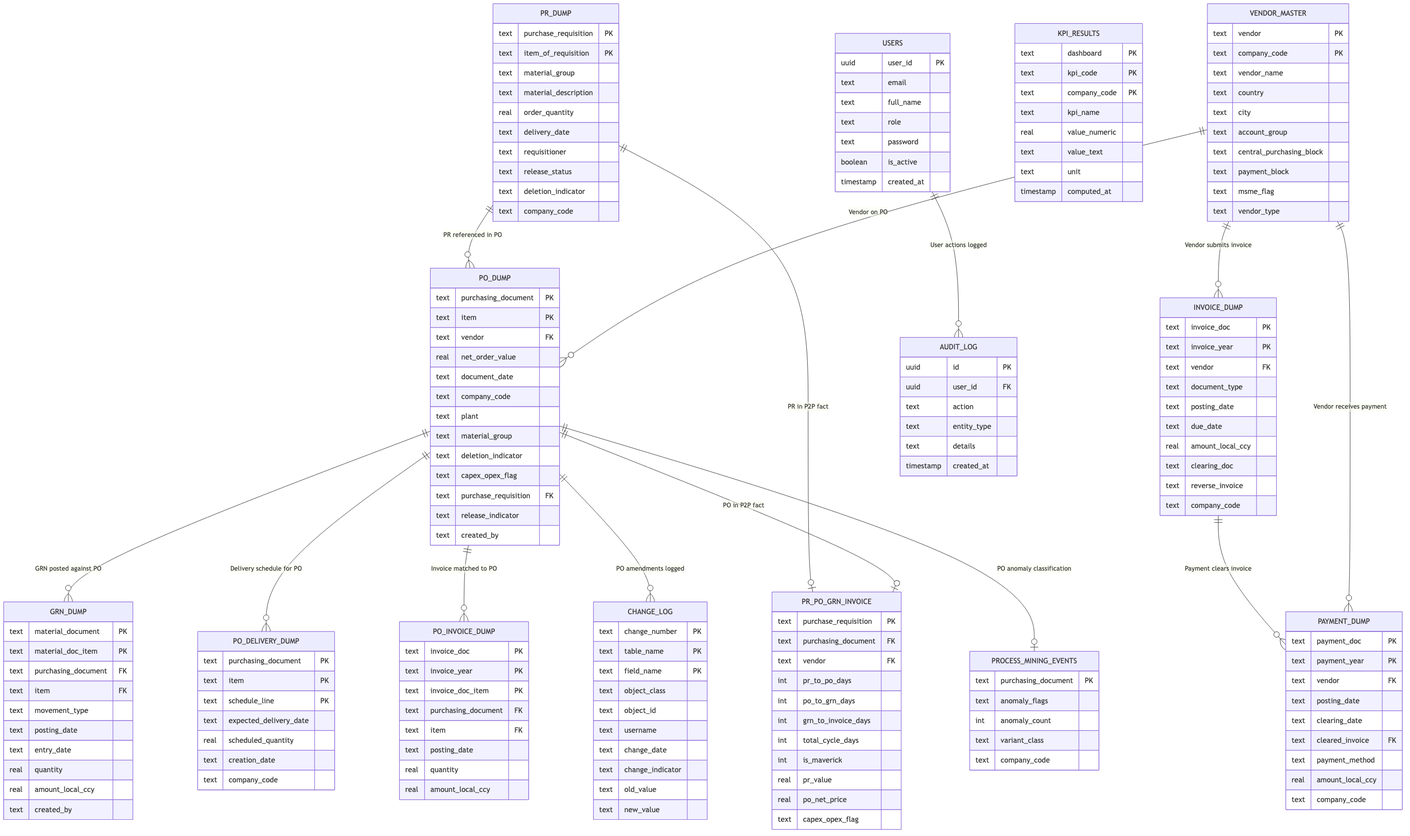
Earlier version of the Mermaid export ARB/D03_InfoArch_ConceptualDataModel.png (satyam-raj404/kpmg-intelliflow). Its source is kept beside it as ARB/D03_InfoArch_ConceptualDataModel.mmd.
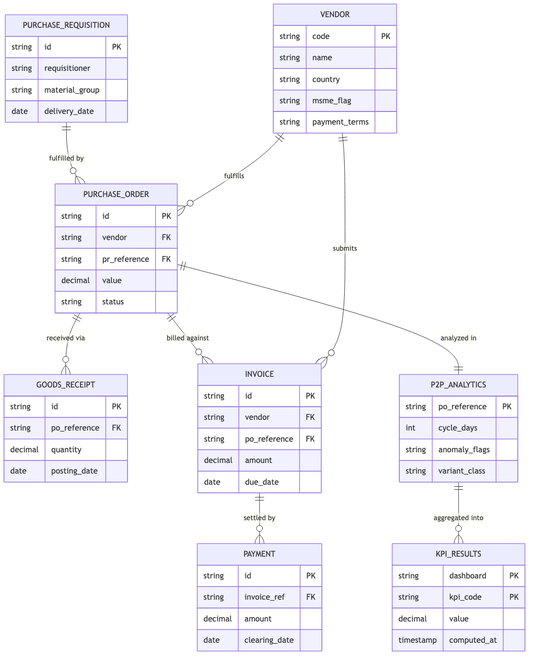
After the commit.

Change to the diagram source:
```diff
@@ -1,180 +1,61 @@
 erDiagram
-    PR_DUMP {
-        text purchase_requisition PK
-        text item_of_requisition PK
-        text material_group
-        text material_description
-        real order_quantity
-        text delivery_date
-        text requisitioner
-        text release_status
-        text deletion_indicator
-        text company_code
+    PURCHASE_REQUISITION {
+        string id PK
+        string requisitioner
+        string material_group
+        date   delivery_date
     }
-
-    PO_DUMP {
-        text purchasing_document PK
-        text item PK
-        text vendor FK
-        real net_order_value
-        text document_date
-        text company_code
-        text plant
-        text material_group
-        text deletion_indicator
-        text capex_opex_flag
-        text purchase_requisition FK
-        text release_indicator
-        text created_by
+    PURCHASE_ORDER {
+        string id PK
+        string vendor FK
+        string pr_reference FK
+        decimal value
+        string status
     }
-
-    GRN_DUMP {
-        text material_document PK
-        text material_doc_item PK
-        text purchasing_document FK
-        text item FK
-        text movement_type
-        text posting_date
-        text entry_date
-        real quantity
-        real amount_local_ccy
-        text created_by
+    GOODS_RECEIPT {
+        string id PK
+        string po_reference FK
+        decimal quantity
+        date   posting_date
     }
-
-    PO_DELIVERY_DUMP {
-        text purchasing_document PK
-        text item PK
-        text schedule_line PK
-        text expected_delivery_date
-        real scheduled_quantity
-        text creation_date
-        text company_code
+    INVOICE {
+        string id PK
+        string vendor FK
+        string po_reference FK
+        decimal amount
+        date   due_date
     }
-
-    PO_INVOICE_DUMP {
-        text invoice_doc PK
-        text invoice_year PK
-        text invoice_doc_item PK
-        text purchasing_document FK
-        text item FK
-        text posting_date
-        real quantity
-        real amount_local_ccy
+    PAYMENT {
+        string id PK
+        string invoice_ref FK
+        decimal amount
+        date   clearing_date
     }
-
-    INVOICE_DUMP {
-        text invoice_doc PK
-        text invoice_year PK
-        text vendor FK
-        text document_type
-        text posting_date
-        text due_date
-        real amount_local_ccy
-        text clearing_doc
-        text reverse_invoice
-        text company_code
+    VENDOR {
+        string code PK
+        string name
+        string country
+        string msme_flag
+        string payment_terms
     }
-
-    PAYMENT_DUMP {
-        text payment_doc PK
-        text payment_year PK
-        text vendor FK
-        text posting_date
-        text clearing_date
-        text cleared_invoice FK
-        text payment_method
-        real amount_local_ccy
-        text company_code
+    P2P_ANALYTICS {
+        string po_reference PK
+        int    cycle_days
+        string anomaly_flags
+        string variant_class
     }
-
-    VENDOR_MASTER {
-        text vendor PK
-        text company_code PK
-        text vendor_name
-        text country
-        text city
-        text account_group
-        text central_purchasing_block
-        text payment_block
-        text msme_flag
-        text vendor_type
-    }
-
-    CHANGE_LOG {
-        text change_number PK
-        text table_name PK
-        text field_name PK
-        text object_class
-        text object_id
-        text username
-        text change_date
-        text change_indicator
-        text old_value
-        text new_value
-    }
-
-    PR_PO_GRN_INVOICE {
-        text purchase_requisition PK
-        text purchasing_document FK
-        text vendor FK
-        int pr_to_po_days
-        int po_to_grn_days
-        int grn_to_invoice_days
-        int total_cycle_days
-        int is_maverick
-        real pr_value
-        real po_net_price
-        text capex_opex_flag
-    }
-
     KPI_RESULTS {
-        text dashboard PK
-        text kpi_code PK
-        text company_code PK
-        text kpi_name
-        real value_numeric
-        text value_text
-        text unit
+        string dashboard PK
+        string kpi_code   PK
+        decimal value
         timestamp computed_at
     }
 
-    PROCESS_MINING_EVENTS {
-        text purchasing_document PK
-        text anomaly_flags
-        int anomaly_count
-        text variant_class
-        text company_code
-    }
-
-    USERS {
-        uuid user_id PK
-        text email
-        text full_name
-        text role
-        text password
-        boolean is_active
-        timestamp created_at
-    }
-
-    AUDIT_LOG {
-        uuid id PK
-        uuid user_id FK
-        text action
-        text entity_type
-        text details
-        timestamp created_at
-    }
-
-    PR_DUMP        ||--o{ PO_DUMP               : "PR referenced in PO"
-    PO_DUMP        ||--o{ GRN_DUMP              : "GRN posted against PO"
-    PO_DUMP        ||--o{ PO_DELIVERY_DUMP      : "Delivery schedule for PO"
-    PO_DUMP        ||--o{ PO_INVOICE_DUMP       : "Invoice matched to PO"
-    INVOICE_DUMP   ||--o{ PAYMENT_DUMP          : "Payment clears invoice"
-    VENDOR_MASTER  ||--o{ PO_DUMP               : "Vendor on PO"
-    VENDOR_MASTER  ||--o{ INVOICE_DUMP          : "Vendor submits invoice"
-    VENDOR_MASTER  ||--o{ PAYMENT_DUMP          : "Vendor receives payment"
-    PO_DUMP        ||--o{ CHANGE_LOG            : "PO amendments logged"
-    PR_DUMP        ||--o| PR_PO_GRN_INVOICE     : "PR in P2P fact"
-    PO_DUMP        ||--o| PR_PO_GRN_INVOICE     : "PO in P2P fact"
-    PO_DUMP        ||--o| PROCESS_MINING_EVENTS : "PO anomaly classification"
-    USERS          ||--o{ AUDIT_LOG             : "User actions logged"
+    PURCHASE_REQUISITION ||--o{ PURCHASE_ORDER    : "fulfilled by"
+    PURCHASE_ORDER       ||--o{ GOODS_RECEIPT      : "received via"
+    PURCHASE_ORDER       ||--o{ INVOICE            : "billed against"
+    INVOICE              ||--o{ PAYMENT            : "settled by"
+    VENDOR               ||--o{ PURCHASE_ORDER     : "fulfills"
+    VENDOR               ||--o{ INVOICE            : "submits"
+    PURCHASE_ORDER       ||--|| P2P_ANALYTICS      : "analyzed in"
+    P2P_ANALYTICS        ||--o{ KPI_RESULTS        : "aggregated into"
```
